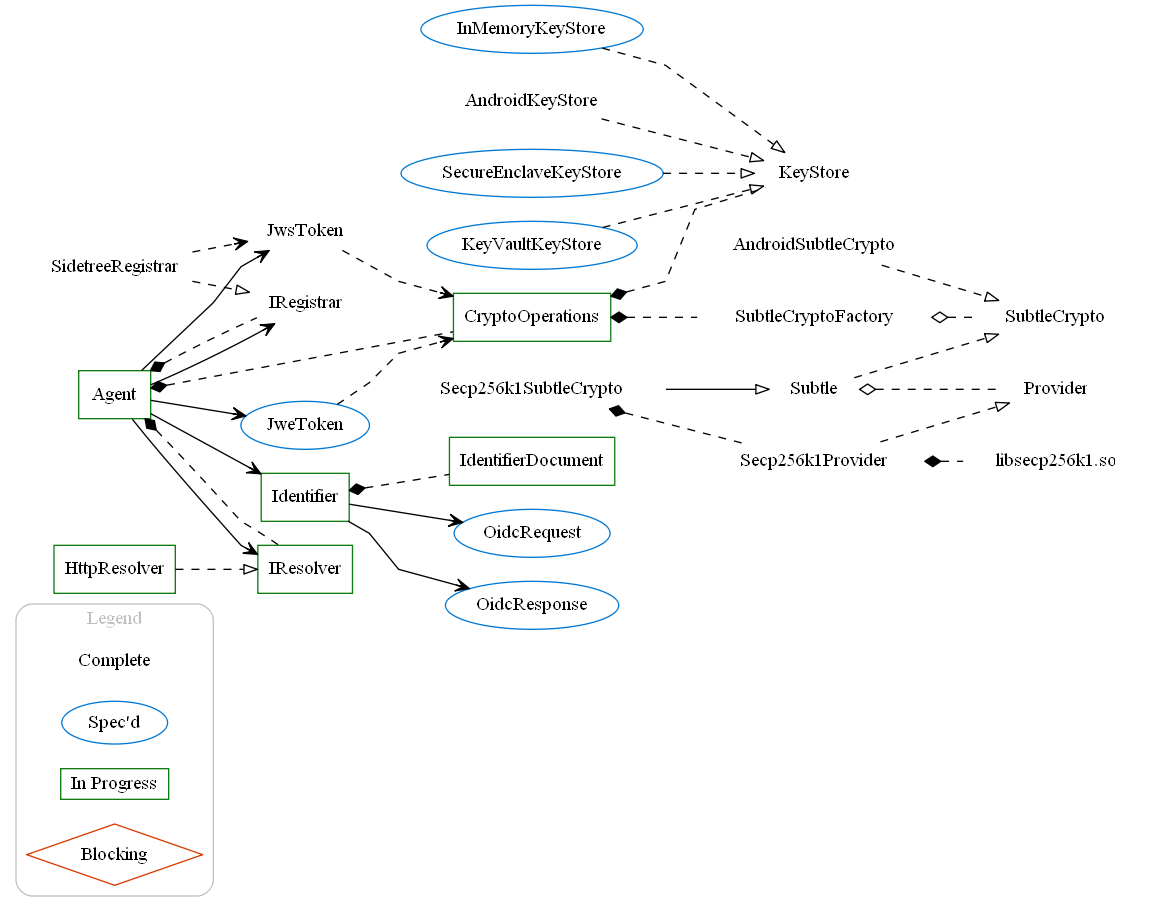
This is docs/assets/overallStatus.gv.png from microsoft/VerifiableCredential-SDK-Android, a Graphviz export, as it was before one commit. Its source is kept beside it as docs/assets/overallStatus.gv.
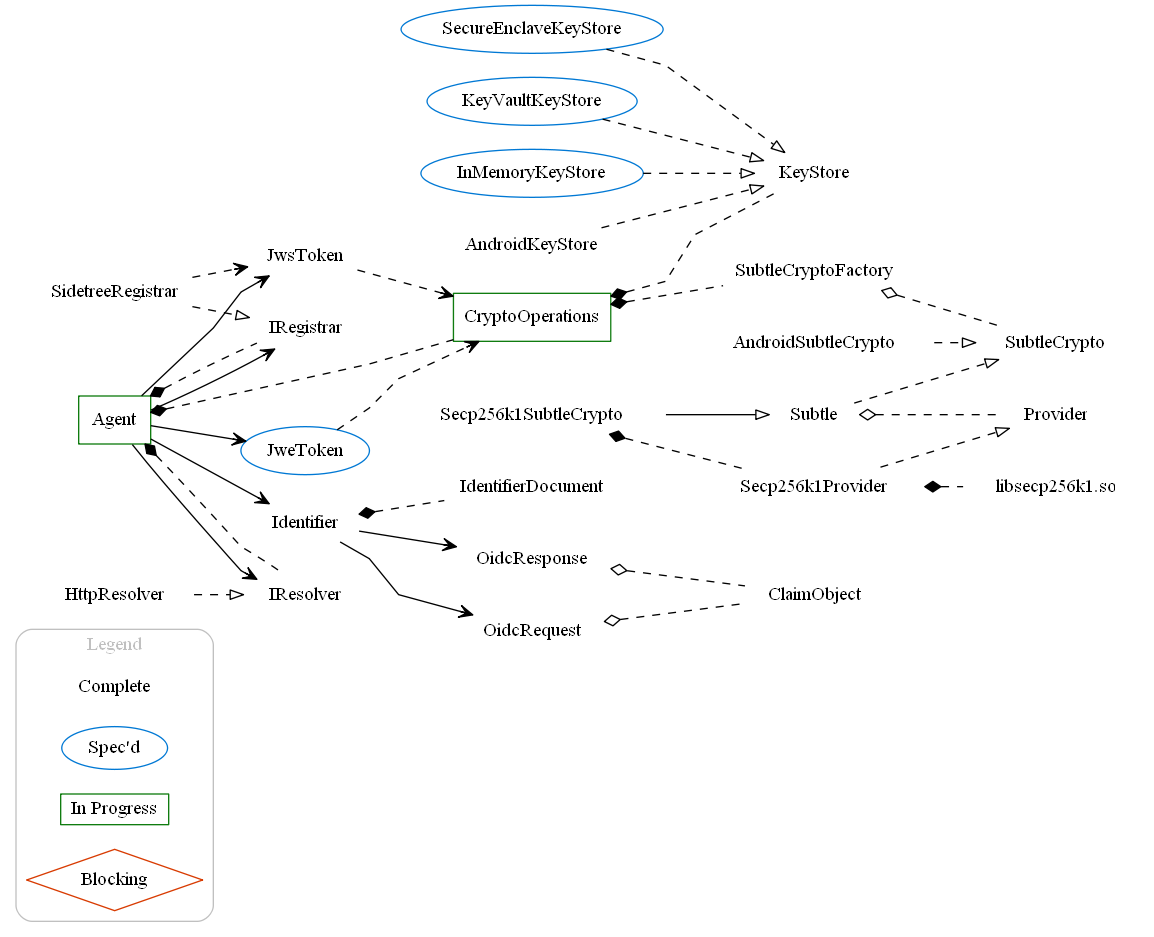
The same file after the commit.

The edit, as a diff of the source:
```diff
@@ -47,21 +47,24 @@
   IRegistrar
   SidetreeRegistrar
 
-  node[color="#107c10", shape=box, layer=public]
-
-  Agent
   Identifier
   IdentifierDocument
 
   IResolver
   HttpResolver
 
+  OidcRequest
+  OidcResponse
+
+  ClaimObject
+
+  node[color="#107c10", shape=box, layer=public]
+
+  Agent
+
   CryptoOperations
 
   node[color="#0078d4", shape=ellipse, layer=public]
-
-  OidcRequest
-  OidcResponse
 
   JweToken
 
@@ -102,6 +105,8 @@
   edge[dir="back",arrowtail="odiamond"]
   Subtle -> Provider
   SubtleCryptoFactory -> SubtleCrypto
+  OidcRequest -> ClaimObject
+  OidcResponse -> ClaimObject
 
   edge[dir="back",arrowtail="diamond"]
   Agent -> IRegistrar
```
